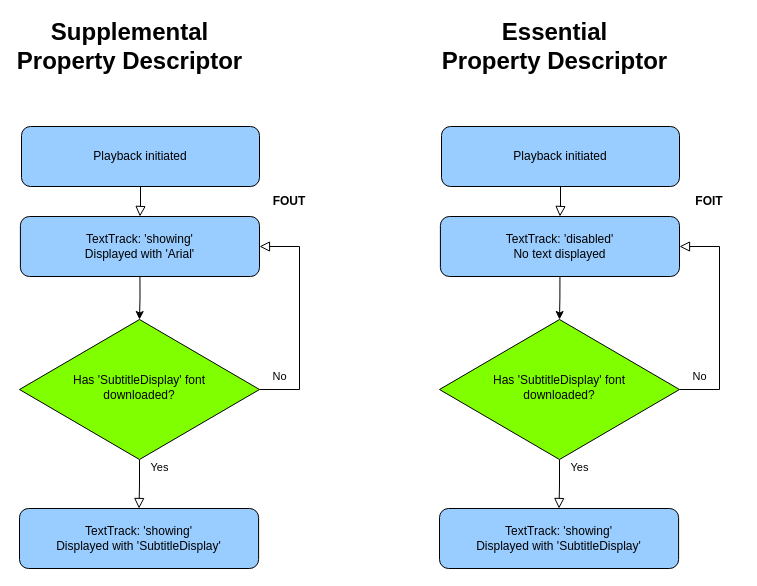
The draw.io diagram assets/images/sources/font-download-flowchart.drawio in Dash-Industry-Forum/dash.js, before the edit. Source tidied: cells renumbered, new cells numbered last; positions are measured from the earlier drawing's top-left corner, leaving out a move shared by most shapes. Both pictures are drawn from the tidied source at 100%, with x=0, y=0 at pixel (19, 26).
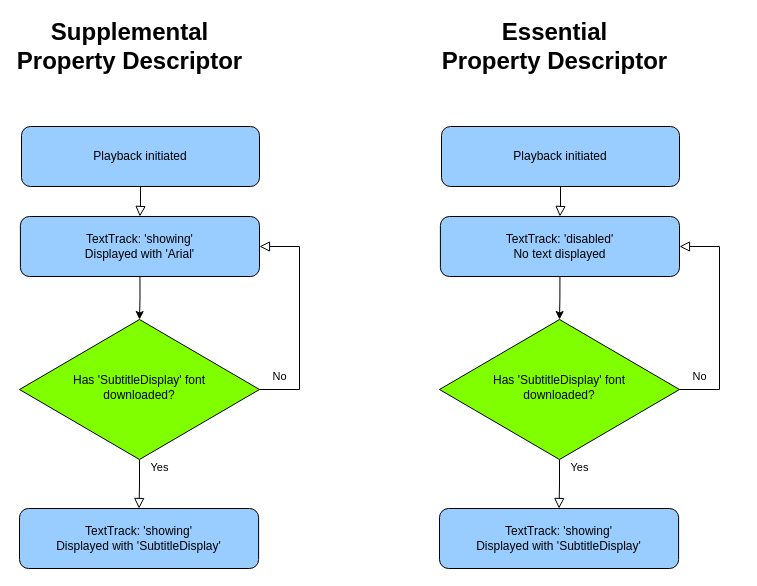
After the change.

Commit message (it also covers changes not shown here):
Clearer wording and diagram change

What changed in the source:
```diff
@@
-    <mxCell id="11" value="FOUT" style="text;html=1;align=center;verticalAlign=middle;whiteSpace=wrap;rounded=0;fontStyle=1;" parent="1" vertex="1">
-      <mxGeometry x="240" y="160" width="60" height="30" as="geometry" />
-    </mxCell>
@@
-    <mxCell id="20" value="FOIT" style="text;html=1;align=center;verticalAlign=middle;whiteSpace=wrap;rounded=0;fontStyle=1;" parent="1" vertex="1">
-      <mxGeometry x="660" y="160" width="60" height="30" as="geometry" />
-    </mxCell>
```
